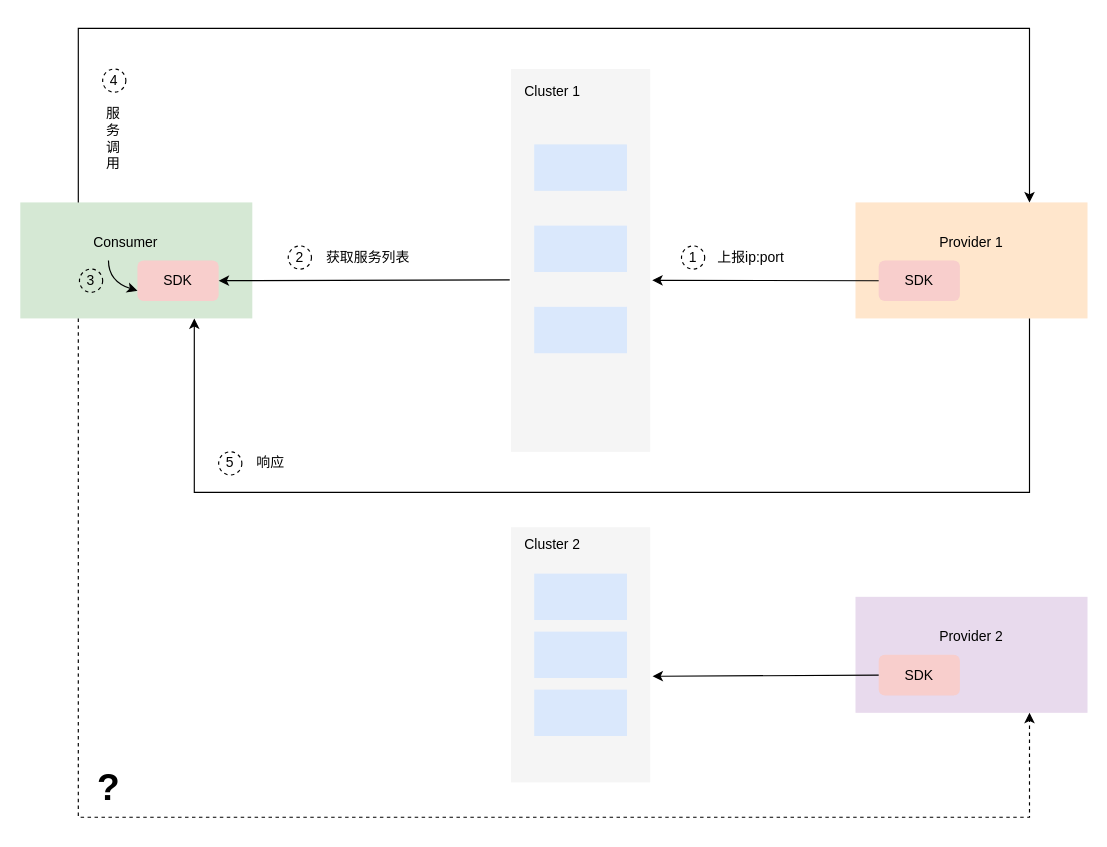
Above: design/ppt/n-pic/目标.drawio in thinwind/ebnas (draw.io), before the change. Source tidied: cells renumbered, new cells numbered last; positions are measured from the earlier drawing's top-left corner, leaving out a move shared by most shapes. Both pictures are drawn from the tidied source at 116%, with x=0, y=0 at pixel (20, 28).
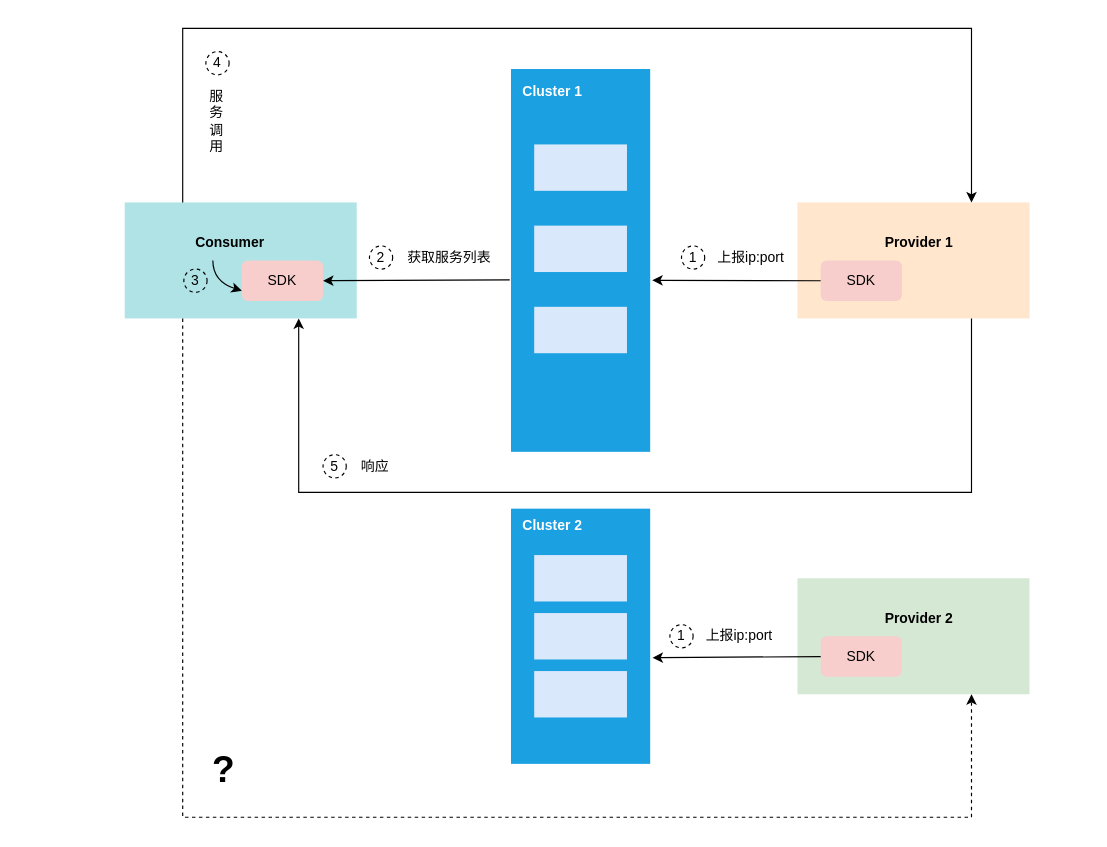
After the change.

Change to the diagram source:
```diff
@@
     <mxCell id="2" style="rounded=0;whiteSpace=wrap;html=1;fillColor=#ffe6cc;strokeColor=none;" parent="1" vertex="1">
-      <mxGeometry x="720" y="150" width="200" height="100" as="geometry" />
+      <mxGeometry x="670" y="150" width="200" height="100" as="geometry" />
     </mxCell>
     <mxCell id="3" value="SDK" style="rounded=1;whiteSpace=wrap;html=1;fillColor=#f8cecc;strokeColor=none;" parent="1" vertex="1">
-      <mxGeometry x="740" y="200" width="70" height="35" as="geometry" />
+      <mxGeometry x="690" y="200" width="70" height="35" as="geometry" />
     </mxCell>
-    <mxCell id="4" style="rounded=0;whiteSpace=wrap;html=1;fillColor=#f5f5f5;strokeColor=none;fontColor=#333333;" parent="1" vertex="1">
+    <mxCell id="4" style="rounded=0;whiteSpace=wrap;html=1;fillColor=#1ba1e2;strokeColor=none;fontColor=#ffffff;" parent="1" vertex="1">
       <mxGeometry x="423" y="35" width="120" height="330" as="geometry" />
     </mxCell>
@@
-    <mxCell id="8" value="Cluster 1" style="text;html=1;strokeColor=none;fillColor=none;align=center;verticalAlign=middle;whiteSpace=wrap;rounded=0;" parent="1" vertex="1">
+    <mxCell id="8" value="Cluster 1" style="text;html=1;strokeColor=none;fillColor=none;align=center;verticalAlign=middle;whiteSpace=wrap;rounded=0;fontColor=#FFFFFF;fontStyle=1;" parent="1" vertex="1">
       <mxGeometry x="429" y="40" width="60" height="30" as="geometry" />
     </mxCell>
-    <mxCell id="9" value="Provider 1" style="text;html=1;strokeColor=none;fillColor=none;align=center;verticalAlign=middle;whiteSpace=wrap;rounded=0;" parent="1" vertex="1">
-      <mxGeometry x="790" y="170" width="60" height="30" as="geometry" />
+    <mxCell id="9" value="Provider 1" style="text;html=1;strokeColor=none;fillColor=none;align=center;verticalAlign=middle;whiteSpace=wrap;rounded=0;fontColor=#000000;fontStyle=1;" parent="1" vertex="1">
+      <mxGeometry x="740" y="170" width="70" height="30" as="geometry" />
     </mxCell>
-    <mxCell id="10" style="rounded=0;whiteSpace=wrap;html=1;fillColor=#d5e8d4;strokeColor=none;" parent="1" vertex="1">
-      <mxGeometry y="150" width="200" height="100" as="geometry" />
+    <mxCell id="10" style="rounded=0;whiteSpace=wrap;html=1;fillColor=#b0e3e6;strokeColor=none;" parent="1" vertex="1">
+      <mxGeometry x="90" y="150" width="200" height="100" as="geometry" />
     </mxCell>
     <mxCell id="11" value="SDK" style="rounded=1;whiteSpace=wrap;html=1;fillColor=#f8cecc;strokeColor=none;" parent="1" vertex="1">
-      <mxGeometry x="101" y="200" width="70" height="35" as="geometry" />
+      <mxGeometry x="191" y="200" width="70" height="35" as="geometry" />
     </mxCell>
-    <mxCell id="12" value="Consumer" style="text;html=1;strokeColor=none;fillColor=none;align=center;verticalAlign=middle;whiteSpace=wrap;rounded=0;" parent="1" vertex="1">
-      <mxGeometry x="61" y="170" width="60" height="30" as="geometry" />
+    <mxCell id="12" value="Consumer" style="text;html=1;strokeColor=none;fillColor=none;align=center;verticalAlign=middle;whiteSpace=wrap;rounded=0;fontColor=#000000;fontStyle=1;" parent="1" vertex="1">
+      <mxGeometry x="151" y="170" width="60" height="30" as="geometry" />
     </mxCell>
@@
-    <mxCell id="15" style="curved=1;endArrow=classic;html=1;rounded=0;exitX=0.25;exitY=1;exitDx=0;exitDy=0;entryX=0;entryY=0.75;entryDx=0;entryDy=0;" parent="1" edge="1" source="12" target="11">
+    <mxCell id="15" style="curved=1;endArrow=classic;html=1;rounded=0;exitX=0.25;exitY=1;exitDx=0;exitDy=0;entryX=0;entryY=0.75;entryDx=0;entryDy=0;strokeColor=#000000;" parent="1" edge="1" source="12" target="11">
       <mxGeometry relative="1" as="geometry">
         <Array as="points">
-          <mxPoint x="76" y="218" />
+          <mxPoint x="166" y="218" />
         </Array>
       </mxGeometry>
     </mxCell>
     <mxCell id="16" style="endArrow=classic;html=1;rounded=0;exitX=0.25;exitY=0;exitDx=0;exitDy=0;entryX=0.75;entryY=0;entryDx=0;entryDy=0;" parent="1" edge="1" source="10" target="2">
       <mxGeometry relative="1" as="geometry">
         <Array as="points">
-          <mxPoint x="50" />
-          <mxPoint x="870" />
+          <mxPoint x="140" />
+          <mxPoint x="820" />
         </Array>
       </mxGeometry>
     </mxCell>
     <mxCell id="17" style="endArrow=classic;html=1;rounded=0;exitX=0.75;exitY=1;exitDx=0;exitDy=0;entryX=0.75;entryY=1;entryDx=0;entryDy=0;" parent="1" edge="1" source="2" target="10">
       <mxGeometry relative="1" as="geometry">
         <Array as="points">
-          <mxPoint x="870" y="400" />
-          <mxPoint x="150" y="400" />
+          <mxPoint x="820" y="400" />
+          <mxPoint x="240" y="400" />
         </Array>
       </mxGeometry>
     </mxCell>
-    <mxCell id="18" style="rounded=0;whiteSpace=wrap;html=1;fillColor=#E8DAED;strokeColor=none;" parent="1" vertex="1">
-      <mxGeometry x="720" y="490" width="200" height="100" as="geometry" />
+    <mxCell id="18" style="rounded=0;whiteSpace=wrap;html=1;fillColor=#d5e8d4;strokeColor=none;" parent="1" vertex="1">
+      <mxGeometry x="670" y="474" width="200" height="100" as="geometry" />
     </mxCell>
     <mxCell id="19" value="SDK" style="rounded=1;whiteSpace=wrap;html=1;fillColor=#f8cecc;strokeColor=none;" parent="1" vertex="1">
-      <mxGeometry x="740" y="540" width="70" height="35" as="geometry" />
+      <mxGeometry x="690" y="524" width="70" height="35" as="geometry" />
     </mxCell>
-    <mxCell id="20" value="Provider 2" style="text;html=1;strokeColor=none;fillColor=none;align=center;verticalAlign=middle;whiteSpace=wrap;rounded=0;" parent="1" vertex="1">
-      <mxGeometry x="790" y="510" width="60" height="30" as="geometry" />
+    <mxCell id="20" value="Provider 2" style="text;html=1;strokeColor=none;fillColor=none;align=center;verticalAlign=middle;whiteSpace=wrap;rounded=0;fontStyle=1;" parent="1" vertex="1">
+      <mxGeometry x="735" y="494" width="80" height="30" as="geometry" />
     </mxCell>
-    <mxCell id="21" style="rounded=0;whiteSpace=wrap;html=1;fillColor=#f5f5f5;strokeColor=none;fontColor=#333333;" parent="1" vertex="1">
-      <mxGeometry x="423" y="430" width="120" height="220" as="geometry" />
+    <mxCell id="21" style="rounded=0;whiteSpace=wrap;html=1;fillColor=#1ba1e2;strokeColor=none;fontColor=#ffffff;" parent="1" vertex="1">
+      <mxGeometry x="423" y="414" width="120" height="220" as="geometry" />
     </mxCell>
     <mxCell id="22" style="rounded=0;whiteSpace=wrap;html=1;fillColor=#dae8fc;strokeColor=none;" parent="1" vertex="1">
-      <mxGeometry x="443" y="470" width="80" height="40" as="geometry" />
+      <mxGeometry x="443" y="454" width="80" height="40" as="geometry" />
     </mxCell>
     <mxCell id="23" style="rounded=0;whiteSpace=wrap;html=1;fillColor=#dae8fc;strokeColor=none;" parent="1" vertex="1">
-      <mxGeometry x="443" y="520" width="80" height="40" as="geometry" />
+      <mxGeometry x="443" y="504" width="80" height="40" as="geometry" />
     </mxCell>
     <mxCell id="24" style="rounded=0;whiteSpace=wrap;html=1;fillColor=#dae8fc;strokeColor=none;" parent="1" vertex="1">
-      <mxGeometry x="443" y="570" width="80" height="40" as="geometry" />
+      <mxGeometry x="443" y="554" width="80" height="40" as="geometry" />
     </mxCell>
-    <mxCell id="25" value="Cluster 2" style="text;html=1;strokeColor=none;fillColor=none;align=center;verticalAlign=middle;whiteSpace=wrap;rounded=0;" parent="1" vertex="1">
-      <mxGeometry x="429" y="430" width="60" height="30" as="geometry" />
+    <mxCell id="25" value="Cluster 2" style="text;html=1;strokeColor=none;fillColor=none;align=center;verticalAlign=middle;whiteSpace=wrap;rounded=0;fontColor=#FFFFFF;fontStyle=1;" parent="1" vertex="1">
+      <mxGeometry x="429" y="414" width="60" height="30" as="geometry" />
     </mxCell>
@@
     <mxCell id="27" style="endArrow=classic;html=1;rounded=0;exitX=0.25;exitY=1;exitDx=0;exitDy=0;entryX=0.75;entryY=1;entryDx=0;entryDy=0;dashed=1;" parent="1" edge="1" source="10" target="18">
       <mxGeometry relative="1" as="geometry">
         <Array as="points">
-          <mxPoint x="50" y="680" />
-          <mxPoint x="870" y="680" />
+          <mxPoint x="140" y="680" />
+          <mxPoint x="820" y="680" />
         </Array>
       </mxGeometry>
     </mxCell>
     <mxCell id="28" value="&lt;font style=&quot;font-size: 32px&quot;&gt;&lt;b&gt;?&lt;/b&gt;&lt;/font&gt;" style="text;html=1;strokeColor=none;fillColor=none;align=center;verticalAlign=middle;whiteSpace=wrap;rounded=0;" parent="1" vertex="1">
-      <mxGeometry x="61" y="640" width="31" height="30" as="geometry" />
+      <mxGeometry x="160" y="624" width="31" height="30" as="geometry" />
     </mxCell>
@@
-    <mxCell id="30" value="3" style="ellipse;whiteSpace=wrap;html=1;fillColor=none;dashed=1;" parent="1" vertex="1">
-      <mxGeometry x="51" y="207.5" width="20" height="20" as="geometry" />
+    <mxCell id="30" value="3" style="ellipse;whiteSpace=wrap;html=1;fillColor=none;dashed=1;fontColor=#000000;strokeColor=#000000;" parent="1" vertex="1">
+      <mxGeometry x="141" y="207.5" width="20" height="20" as="geometry" />
     </mxCell>
     <mxCell id="31" value="2" style="ellipse;whiteSpace=wrap;html=1;fillColor=none;dashed=1;" parent="1" vertex="1">
-      <mxGeometry x="231" y="187.5" width="20" height="20" as="geometry" />
+      <mxGeometry x="301" y="187.5" width="20" height="20" as="geometry" />
     </mxCell>
     <mxCell id="32" value="5" style="ellipse;whiteSpace=wrap;html=1;fillColor=none;dashed=1;" parent="1" vertex="1">
-      <mxGeometry x="171" y="365" width="20" height="20" as="geometry" />
+      <mxGeometry x="261" y="367.5" width="20" height="20" as="geometry" />
     </mxCell>
     <mxCell id="33" value="4" style="ellipse;whiteSpace=wrap;html=1;fillColor=none;dashed=1;" parent="1" vertex="1">
-      <mxGeometry x="71" y="35" width="20" height="20" as="geometry" />
+      <mxGeometry x="160" y="20" width="20" height="20" as="geometry" />
     </mxCell>
@@
     <mxCell id="35" value="获取服务列表" style="text;html=1;strokeColor=none;fillColor=none;align=center;verticalAlign=middle;whiteSpace=wrap;rounded=0;dashed=1;" parent="1" vertex="1">
-      <mxGeometry x="260" y="182.5" width="80" height="30" as="geometry" />
+      <mxGeometry x="330" y="182.5" width="80" height="30" as="geometry" />
     </mxCell>
     <mxCell id="36" value="服务调用" style="text;html=1;strokeColor=none;fillColor=none;align=center;verticalAlign=middle;whiteSpace=wrap;rounded=0;dashed=1;" parent="1" vertex="1">
-      <mxGeometry x="71" y="60" width="19" height="70" as="geometry" />
+      <mxGeometry x="160" y="45" width="19" height="70" as="geometry" />
     </mxCell>
     <mxCell id="37" value="响应" style="text;html=1;strokeColor=none;fillColor=none;align=center;verticalAlign=middle;whiteSpace=wrap;rounded=0;dashed=1;" parent="1" vertex="1">
-      <mxGeometry x="191" y="362.5" width="50" height="25" as="geometry" />
+      <mxGeometry x="281" y="365" width="50" height="25" as="geometry" />
     </mxCell>
+    <mxCell id="38" value="1" style="ellipse;whiteSpace=wrap;html=1;fillColor=none;dashed=1;" parent="1" vertex="1">
+      <mxGeometry x="560" y="514" width="20" height="20" as="geometry" />
+    </mxCell>
+    <mxCell id="39" value="上报ip:port" style="text;html=1;strokeColor=none;fillColor=none;align=center;verticalAlign=middle;whiteSpace=wrap;rounded=0;dashed=1;" parent="1" vertex="1">
+      <mxGeometry x="580" y="509" width="80" height="30" as="geometry" />
+    </mxCell>
```
